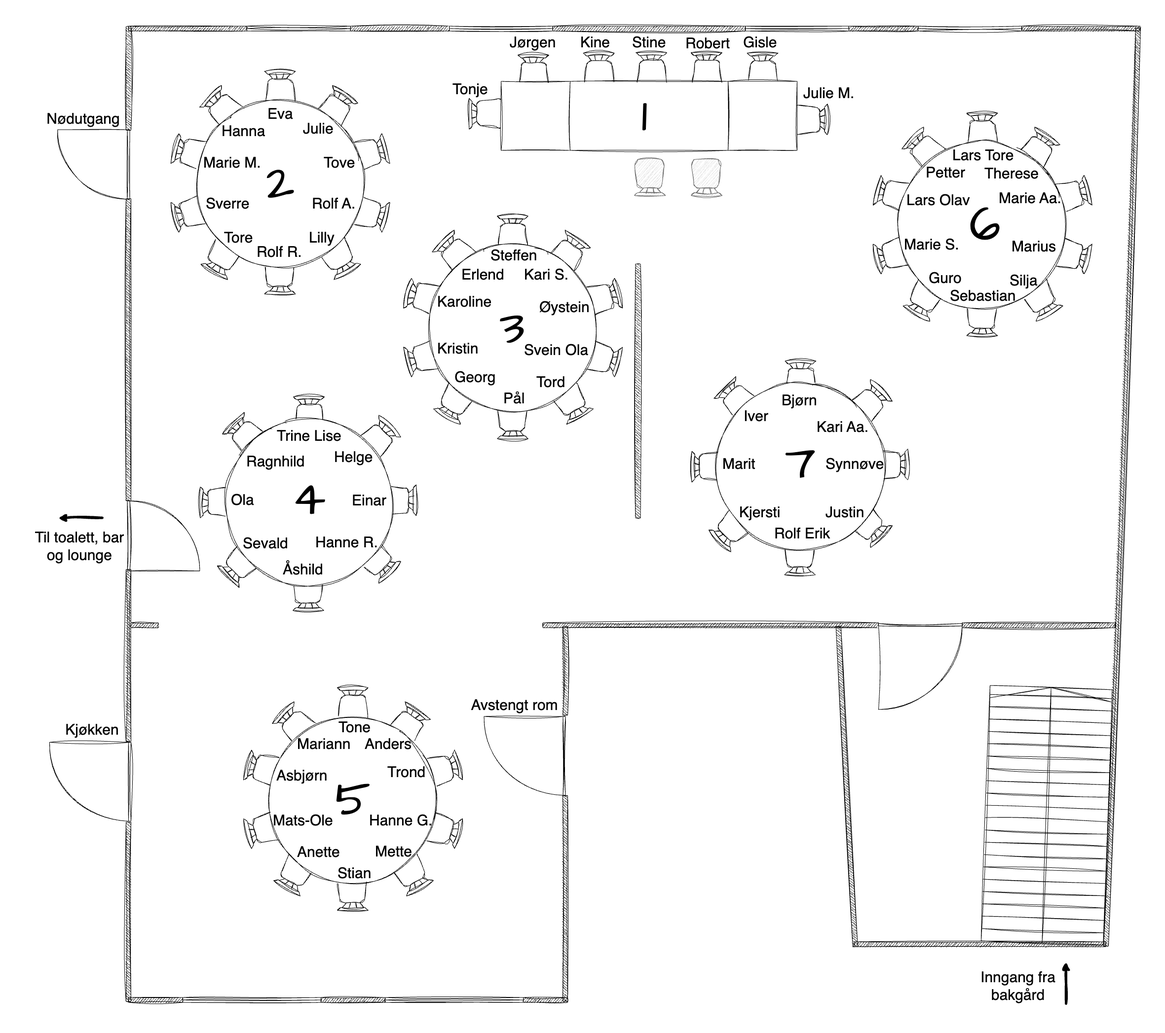
The draw.io diagram public/images/bordkart.drawio.png in robertbrandso/hugo-bryllup, before a commit. Source tidied: cells renumbered, new cells last; positions are measured from the earlier drawing's top-left corner, leaving out a move shared by most shapes.
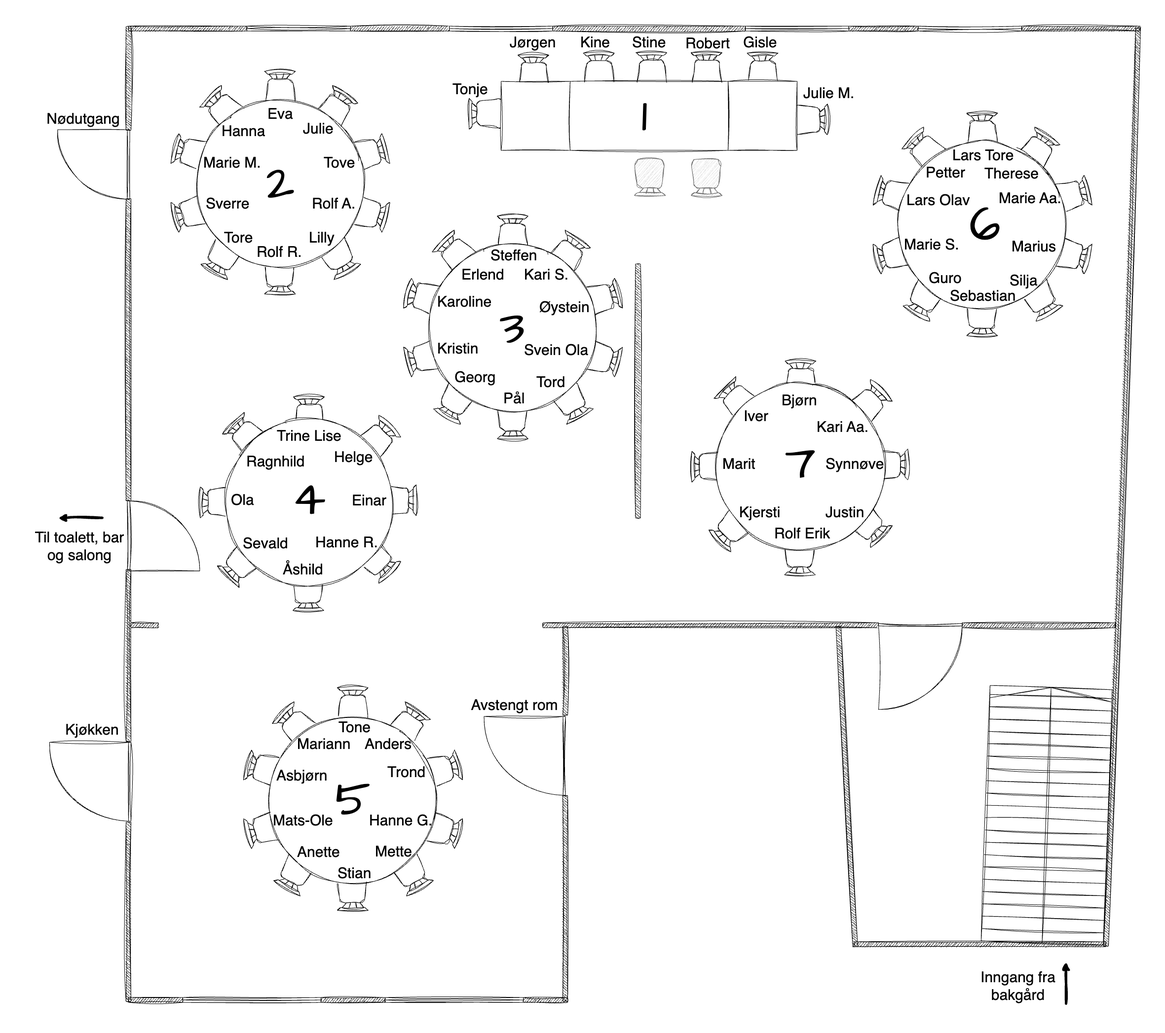
After the commit.

Change to the diagram source:
```diff
@@ -431,7 +431,7 @@
     <mxCell id="144" value="Kjøkken" style="text;strokeColor=none;align=center;fillColor=none;html=1;verticalAlign=middle;whiteSpace=wrap;rounded=0;fontSize=30;" parent="1" vertex="1">
       <mxGeometry x="176" y="1463.5" width="113.1" height="30" as="geometry" />
     </mxCell>
-    <mxCell id="145" value="Til toalett, bar og lounge" style="text;strokeColor=none;align=center;fillColor=none;html=1;verticalAlign=middle;whiteSpace=wrap;rounded=0;fontSize=30;" parent="1" vertex="1">
+    <mxCell id="145" value="Til toalett, bar og salong" style="text;strokeColor=none;align=center;fillColor=none;html=1;verticalAlign=middle;whiteSpace=wrap;rounded=0;fontSize=30;" parent="1" vertex="1">
       <mxGeometry x="110" y="1076" width="194.1" height="62.5" as="geometry" />
     </mxCell>
     <mxCell id="146" style="edgeStyle=none;orthogonalLoop=1;jettySize=auto;html=1;fontSize=23;strokeWidth=5;sketch=1;curveFitting=1;jiggle=2;" parent="1" edge="1">
```
